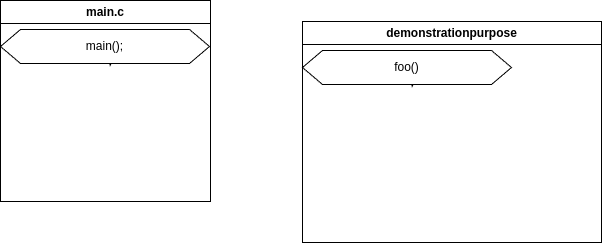
Earlier version of the draw.io export Documentation/DND-Brainstorm.drawio.png (OliwierJaworski/DnD-Virtual-CardGame). Source tidied: cells renumbered, new cells last; positions are measured from the earlier drawing's top-left corner, leaving out a move shared by most shapes.
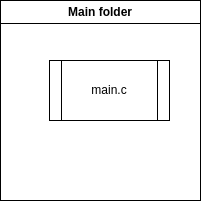
After the change.

The edit, as a diff of the source:
```diff
@@ -2,27 +2,11 @@
   <root>
     <mxCell id="0" />
     <mxCell id="1" parent="0" />
+    <mxCell id="8" value="Main folder" style="swimlane;whiteSpace=wrap;html=1;" parent="1" vertex="1">
+      <mxGeometry x="232" y="312" width="200" height="200" as="geometry" />
+    </mxCell>
-    <mxCell id="2" value="main.c" style="swimlane;whiteSpace=wrap;html=1;" parent="1" vertex="1">
-      <mxGeometry width="210" height="201" as="geometry" />
+    <mxCell id="2" value="main.c" style="shape=process;whiteSpace=wrap;html=1;backgroundOutline=1;" parent="8" vertex="1">
+      <mxGeometry x="49" y="60" width="120" height="60" as="geometry" />
     </mxCell>
-    <mxCell id="3" style="edgeStyle=none;curved=1;rounded=0;jettySize=auto;html=1;exitX=0.5;exitY=1;exitDx=0;exitDy=0;fontSize=12;startSize=8;endSize=8;" parent="2" edge="1" source="4">
-      <mxGeometry relative="1" as="geometry">
-        <mxPoint x="115" y="55.1" as="targetPoint" />
-      </mxGeometry>
-    </mxCell>
-    <mxCell id="4" value="main();" style="shape=hexagon;perimeter=hexagonPerimeter2;whiteSpace=wrap;html=1;fixedSize=1;" parent="2" vertex="1">
-      <mxGeometry y="29" width="209" height="34" as="geometry" />
-    </mxCell>
-    <mxCell id="5" value="demonstrationpurpose" style="swimlane;whiteSpace=wrap;html=1;" parent="1" vertex="1">
-      <mxGeometry x="302" y="21" width="299" height="221" as="geometry" />
-    </mxCell>
-    <mxCell id="6" style="edgeStyle=none;curved=1;rounded=0;jettySize=auto;html=1;exitX=0.5;exitY=1;exitDx=0;exitDy=0;fontSize=12;startSize=8;endSize=8;" parent="5" edge="1" source="7">
-      <mxGeometry relative="1" as="geometry">
-        <mxPoint x="115" y="55.1" as="targetPoint" />
-      </mxGeometry>
-    </mxCell>
-    <mxCell id="7" value="foo()" style="shape=hexagon;perimeter=hexagonPerimeter2;whiteSpace=wrap;html=1;fixedSize=1;" parent="5" vertex="1">
-      <mxGeometry y="29" width="209" height="34" as="geometry" />
-    </mxCell>
   </root>
 </mxGraphModel>
```
